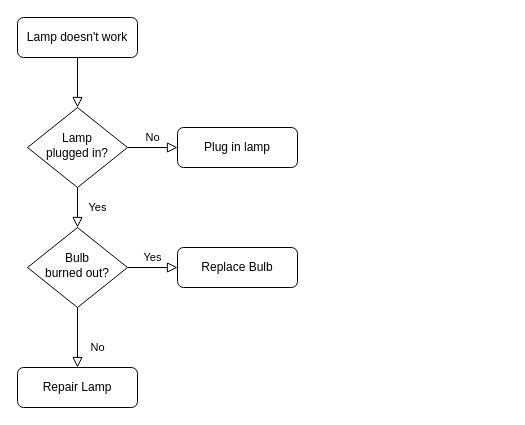
This is Untitled Diagram.drawio from lyk4411/untitled, a draw.io file, before an edit. Source tidied: cells renumbered, new cells numbered last; positions are measured from the earlier drawing's top-left corner, leaving out a move shared by most shapes. Both pictures are drawn from the tidied source at 100%, with x=0, y=0 at pixel (17, 17).
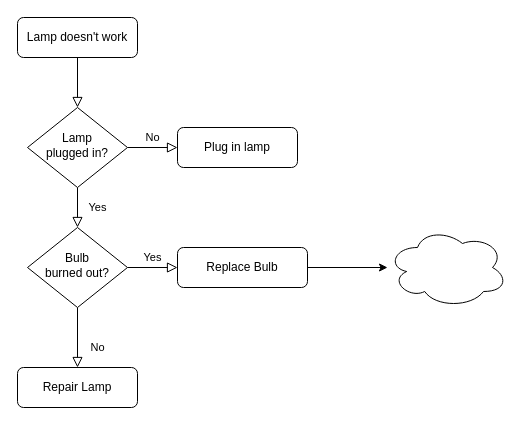
The same diagram, later.

Diff of the diagram source:
```diff
@@
 <mxGraphModel>
   <root>
     <mxCell id="0" />
     <mxCell id="1" parent="0" />
     <mxCell id="2" style="rounded=0;html=1;jettySize=auto;fontSize=11;endArrow=block;endFill=0;endSize=8;strokeWidth=1;shadow=0;labelBackgroundColor=none;edgeStyle=orthogonalEdgeStyle;" parent="1" edge="1" source="3" target="6">
       <mxGeometry relative="1" as="geometry" />
     </mxCell>
     <mxCell id="3" value="Lamp doesn't work" style="rounded=1;whiteSpace=wrap;html=1;fontSize=12;glass=0;strokeWidth=1;shadow=0;" parent="1" vertex="1">
       <mxGeometry width="120" height="40" as="geometry" />
     </mxCell>
     <mxCell id="4" value="Yes" style="rounded=0;html=1;jettySize=auto;fontSize=11;endArrow=block;endFill=0;endSize=8;strokeWidth=1;shadow=0;labelBackgroundColor=none;edgeStyle=orthogonalEdgeStyle;" parent="1" edge="1" source="6" target="10">
       <mxGeometry y="20" relative="1" as="geometry" />
     </mxCell>
     <mxCell id="5" value="No" style="edgeStyle=orthogonalEdgeStyle;rounded=0;html=1;jettySize=auto;fontSize=11;endArrow=block;endFill=0;endSize=8;strokeWidth=1;shadow=0;labelBackgroundColor=none;" parent="1" edge="1" source="6" target="7">
       <mxGeometry y="10" relative="1" as="geometry" />
     </mxCell>
     <mxCell id="6" value="Lamp&lt;br&gt;plugged in?" style="rhombus;whiteSpace=wrap;html=1;shadow=0;fontFamily=Helvetica;fontSize=12;align=center;strokeWidth=1;spacing=6;spacingTop=-4;" parent="1" vertex="1">
       <mxGeometry x="10" y="90" width="100" height="80" as="geometry" />
     </mxCell>
     <mxCell id="7" value="Plug in lamp" style="rounded=1;whiteSpace=wrap;html=1;fontSize=12;glass=0;strokeWidth=1;shadow=0;" parent="1" vertex="1">
       <mxGeometry x="160" y="110" width="120" height="40" as="geometry" />
     </mxCell>
     <mxCell id="8" value="No" style="rounded=0;html=1;jettySize=auto;fontSize=11;endArrow=block;endFill=0;endSize=8;strokeWidth=1;shadow=0;labelBackgroundColor=none;edgeStyle=orthogonalEdgeStyle;" parent="1" edge="1" source="10" target="11">
       <mxGeometry x="0.33" y="20" relative="1" as="geometry" />
     </mxCell>
     <mxCell id="9" value="Yes" style="edgeStyle=orthogonalEdgeStyle;rounded=0;html=1;jettySize=auto;fontSize=11;endArrow=block;endFill=0;endSize=8;strokeWidth=1;shadow=0;labelBackgroundColor=none;" parent="1" edge="1" source="10" target="12">
       <mxGeometry y="10" relative="1" as="geometry" />
     </mxCell>
     <mxCell id="10" value="Bulb&lt;br&gt;burned out?" style="rhombus;whiteSpace=wrap;html=1;shadow=0;fontFamily=Helvetica;fontSize=12;align=center;strokeWidth=1;spacing=6;spacingTop=-4;" parent="1" vertex="1">
       <mxGeometry x="10" y="210" width="100" height="80" as="geometry" />
     </mxCell>
     <mxCell id="11" value="Repair Lamp" style="rounded=1;whiteSpace=wrap;html=1;fontSize=12;glass=0;strokeWidth=1;shadow=0;" parent="1" vertex="1">
       <mxGeometry y="350" width="120" height="40" as="geometry" />
     </mxCell>
+    <mxCell id="13" style="edgeStyle=orthogonalEdgeStyle;rounded=0;jettySize=auto;html=1;" parent="1" edge="1" source="12" target="14">
+      <mxGeometry relative="1" as="geometry" />
+    </mxCell>
     <mxCell id="12" value="Replace Bulb" style="rounded=1;whiteSpace=wrap;html=1;fontSize=12;glass=0;strokeWidth=1;shadow=0;" parent="1" vertex="1">
-      <mxGeometry x="160" y="230" width="120" height="40" as="geometry" />
+      <mxGeometry x="160" y="230" width="130" height="40" as="geometry" />
     </mxCell>
+    <mxCell id="14" style="ellipse;shape=cloud;whiteSpace=wrap;html=1;" parent="1" vertex="1">
+      <mxGeometry x="370" y="210" width="120" height="80" as="geometry" />
+    </mxCell>
   </root>
 </mxGraphModel>
```
